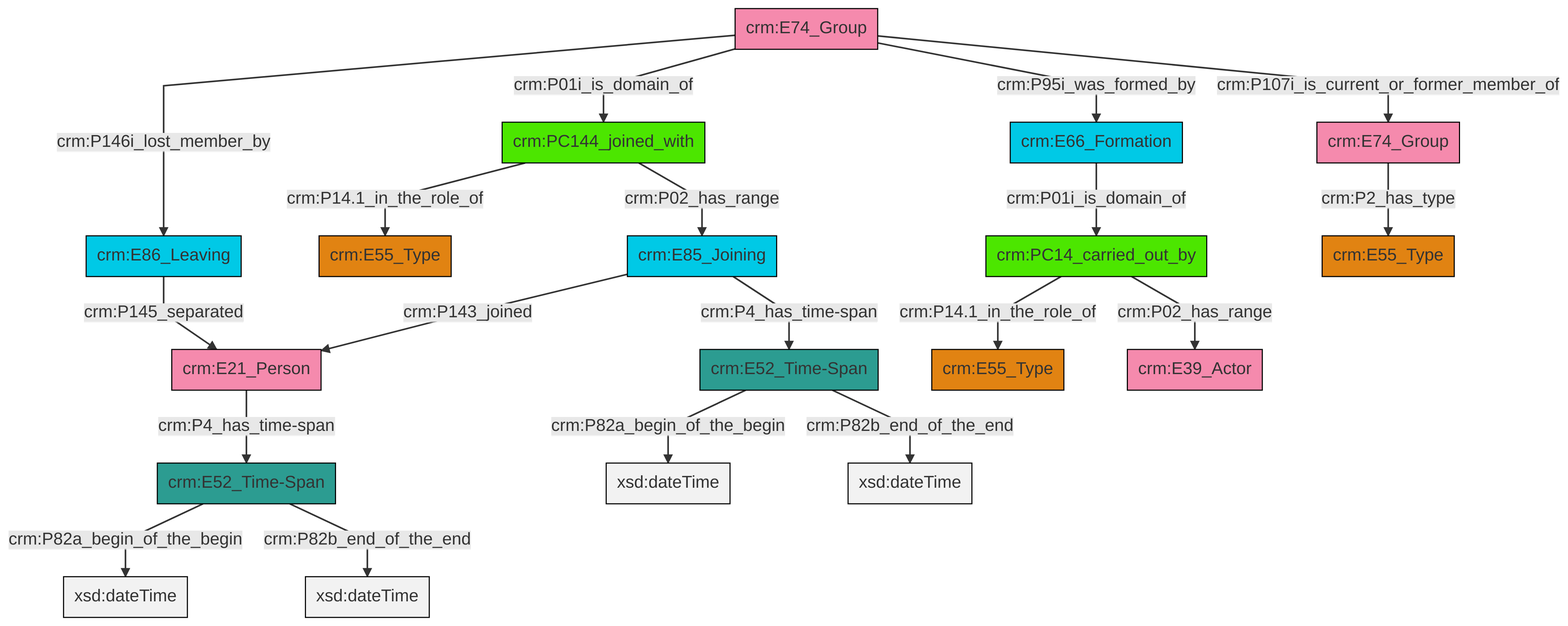
Before: et/groupCSV/ttl/mmd/png/group_actor_relations.png, a diagram exported from Mermaid (swiss-art-research-net/docs.swissartresearch). Its source is kept beside it as et/groupCSV/ttl/mmd/group_actor_relations.ttl.mmd.
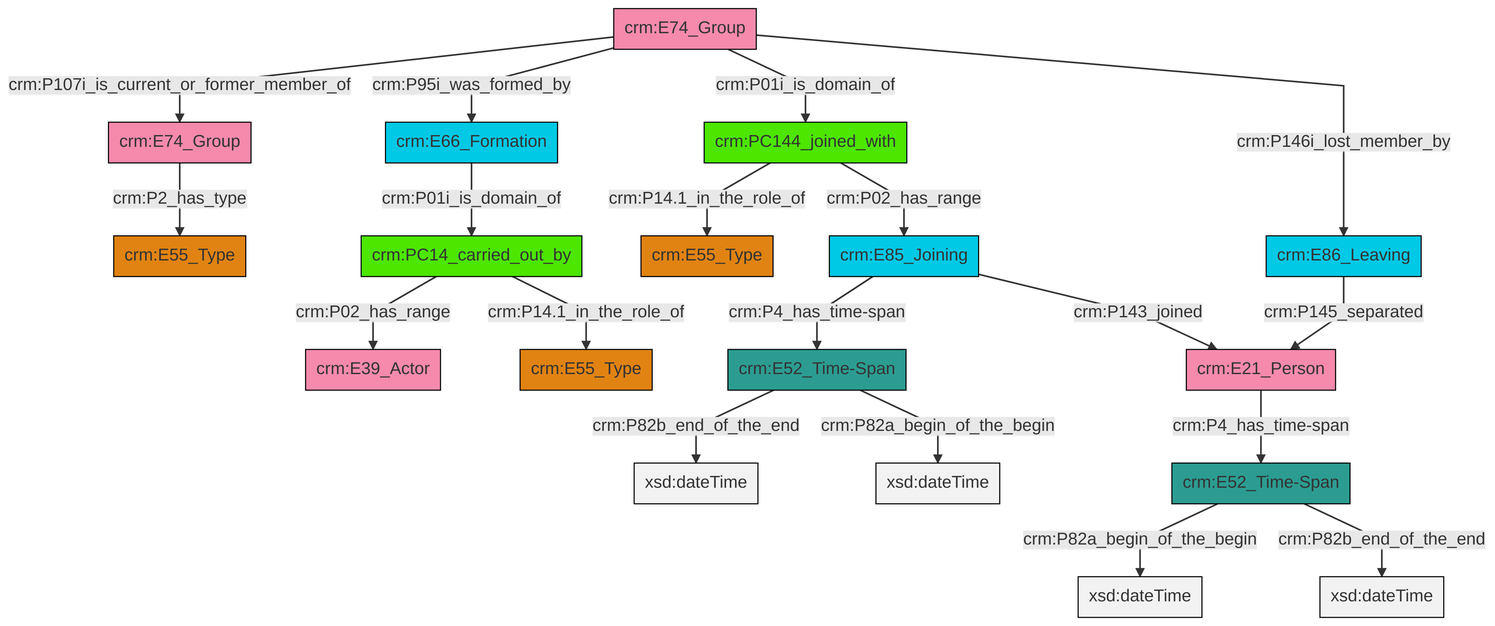
Later version of the same file.

Diff of the diagram source:
```diff
@@ -13,21 +13,21 @@
 classDef PC_Classes fill:#4ce600, stroke:#000000;
 classDef Multi fill:#cccccc,stroke:#000000;
 
-0["crm:PC144_joined_with"]:::PC_Classes -->|crm:P02_has_range| 1["crm:E85_Joining"]:::Temporal_Entity
-5["crm:E52_Time-Span"]:::Time-Span -->|crm:P82a_begin_of_the_begin| 7[xsd:dateTime]:::Literal
-10["crm:E21_Person"]:::Actor -->|crm:P4_has_time-span| 5["crm:E52_Time-Span"]:::Time-Span
-11["crm:E86_Leaving"]:::Temporal_Entity -->|crm:P145_separated| 10["crm:E21_Person"]:::Actor
-17["crm:E74_Group"]:::Actor -->|crm:P95i_was_formed_by| 3["crm:E66_Formation"]:::Temporal_Entity
-17["crm:E74_Group"]:::Actor -->|crm:P01i_is_domain_of| 0["crm:PC144_joined_with"]:::PC_Classes
-19["crm:PC14_carried_out_by"]:::PC_Classes -->|crm:P02_has_range| 20["crm:E39_Actor"]:::Actor
-1["crm:E85_Joining"]:::Temporal_Entity -->|crm:P143_joined| 10["crm:E21_Person"]:::Actor
-1["crm:E85_Joining"]:::Temporal_Entity -->|crm:P4_has_time-span| 13["crm:E52_Time-Span"]:::Time-Span
-3["crm:E66_Formation"]:::Temporal_Entity -->|crm:P01i_is_domain_of| 19["crm:PC14_carried_out_by"]:::PC_Classes
-23["crm:E74_Group"]:::Actor -->|crm:P2_has_type| 24["crm:E55_Type"]:::Type
-19["crm:PC14_carried_out_by"]:::PC_Classes -->|crm:P14.1_in_the_role_of| 15["crm:E55_Type"]:::Type
-17["crm:E74_Group"]:::Actor -->|crm:P146i_lost_member_by| 11["crm:E86_Leaving"]:::Temporal_Entity
-5["crm:E52_Time-Span"]:::Time-Span -->|crm:P82b_end_of_the_end| 27[xsd:dateTime]:::Literal
-17["crm:E74_Group"]:::Actor -->|crm:P107i_is_current_or_former_member_of| 23["crm:E74_Group"]:::Actor
-0["crm:PC144_joined_with"]:::PC_Classes -->|crm:P14.1_in_the_role_of| 8["crm:E55_Type"]:::Type
-13["crm:E52_Time-Span"]:::Time-Span -->|crm:P82a_begin_of_the_begin| 32[xsd:dateTime]:::Literal
-13["crm:E52_Time-Span"]:::Time-Span -->|crm:P82b_end_of_the_end| 33[xsd:dateTime]:::Literal
+0["crm:PC144_joined_with"]:::PC_Classes -->|crm:P14.1_in_the_role_of| 1["crm:E55_Type"]:::Type
+2["crm:E86_Leaving"]:::Temporal_Entity -->|crm:P145_separated| 3["crm:E21_Person"]:::Actor
+5["crm:E52_Time-Span"]:::Time-Span -->|crm:P82a_begin_of_the_begin| 6[xsd:dateTime]:::Literal
+7["crm:E52_Time-Span"]:::Time-Span -->|crm:P82b_end_of_the_end| 8[xsd:dateTime]:::Literal
+7["crm:E52_Time-Span"]:::Time-Span -->|crm:P82a_begin_of_the_begin| 11[xsd:dateTime]:::Literal
+0["crm:PC144_joined_with"]:::PC_Classes -->|crm:P02_has_range| 12["crm:E85_Joining"]:::Temporal_Entity
+13["crm:E74_Group"]:::Actor -->|crm:P107i_is_current_or_former_member_of| 14["crm:E74_Group"]:::Actor
+3["crm:E21_Person"]:::Actor -->|crm:P4_has_time-span| 5["crm:E52_Time-Span"]:::Time-Span
+14["crm:E74_Group"]:::Actor -->|crm:P2_has_type| 21["crm:E55_Type"]:::Type
+24["crm:PC14_carried_out_by"]:::PC_Classes -->|crm:P02_has_range| 18["crm:E39_Actor"]:::Actor
+13["crm:E74_Group"]:::Actor -->|crm:P95i_was_formed_by| 25["crm:E66_Formation"]:::Temporal_Entity
+13["crm:E74_Group"]:::Actor -->|crm:P01i_is_domain_of| 0["crm:PC144_joined_with"]:::PC_Classes
+12["crm:E85_Joining"]:::Temporal_Entity -->|crm:P4_has_time-span| 7["crm:E52_Time-Span"]:::Time-Span
+25["crm:E66_Formation"]:::Temporal_Entity -->|crm:P01i_is_domain_of| 24["crm:PC14_carried_out_by"]:::PC_Classes
+24["crm:PC14_carried_out_by"]:::PC_Classes -->|crm:P14.1_in_the_role_of| 9["crm:E55_Type"]:::Type
+12["crm:E85_Joining"]:::Temporal_Entity -->|crm:P143_joined| 3["crm:E21_Person"]:::Actor
+5["crm:E52_Time-Span"]:::Time-Span -->|crm:P82b_end_of_the_end| 33[xsd:dateTime]:::Literal
+13["crm:E74_Group"]:::Actor -->|crm:P146i_lost_member_by| 2["crm:E86_Leaving"]:::Temporal_Entity
```
